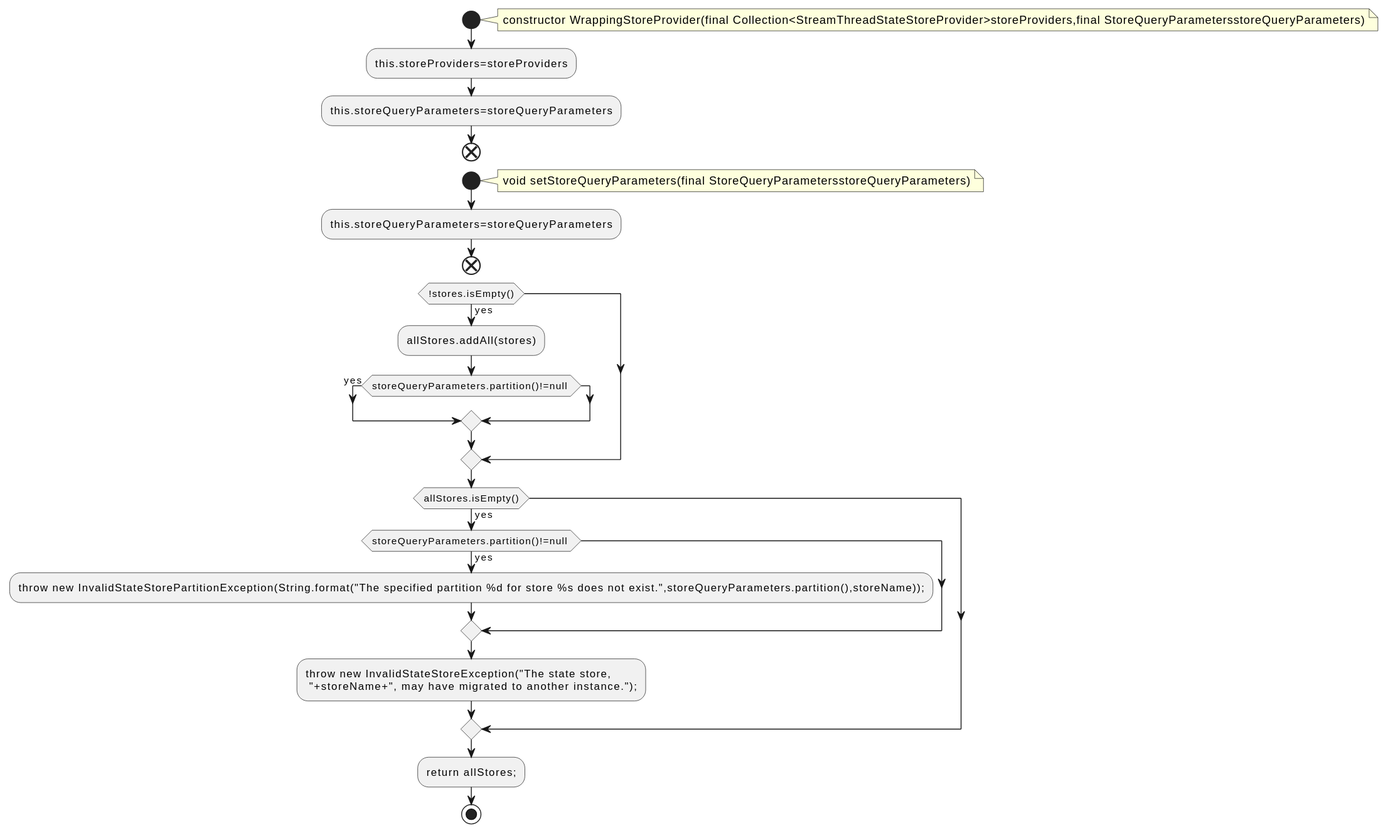
qualitesys/kafka keeps this PlantUML diagram as docs/qc/streams/src/main/java/org/apache/kafka/streams/state/internals/WrappingStoreProvider.java.fct.svg. Above is the earlier version.
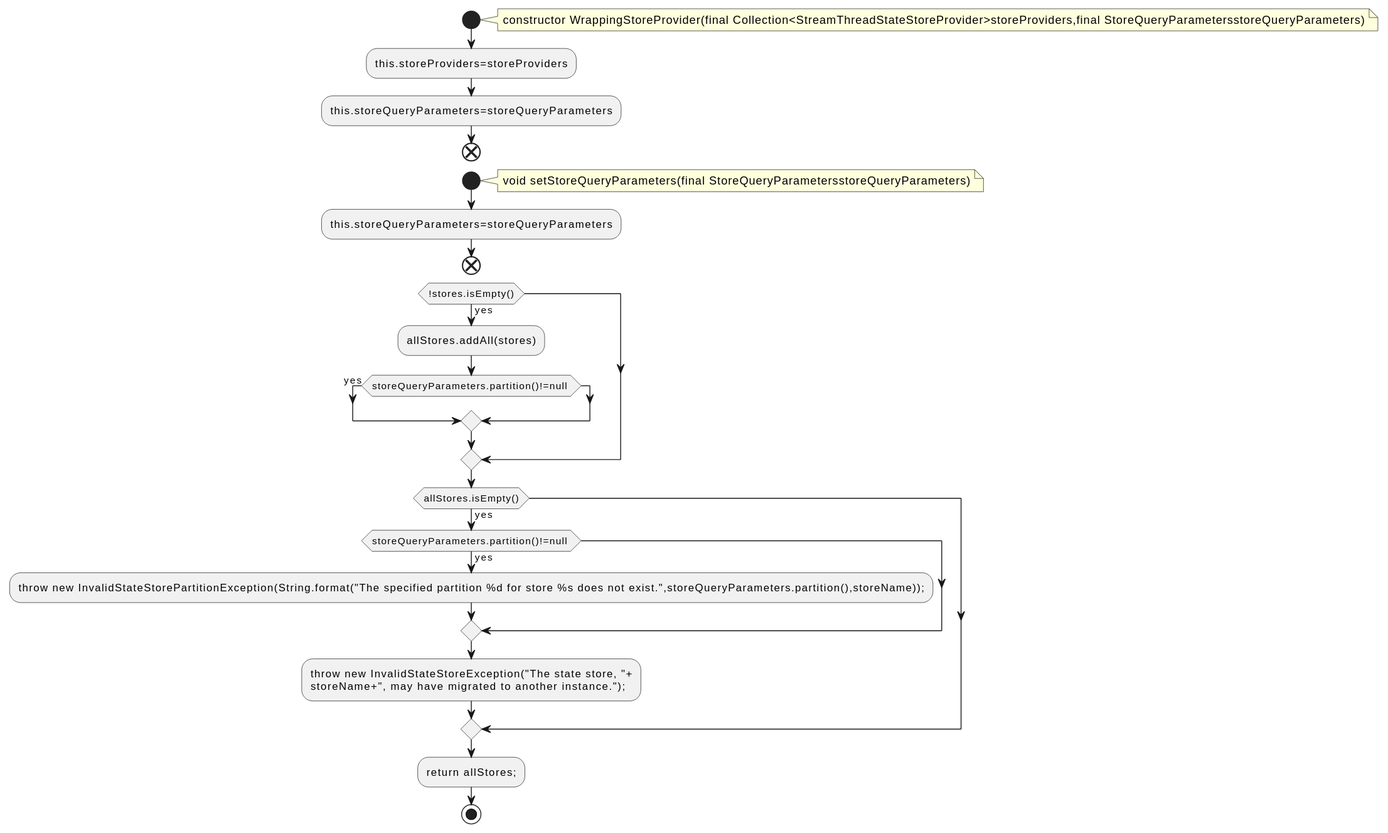
Later version of the same file.

The edit, as a diff of the source:
```diff
@@ -22,8 +22,8 @@
 if (storeQueryParameters.partition()!=null ) then (yes)
 :throw new InvalidStateStorePartitionException(String.format("The specified partition %d for store %s does not exist.",storeQueryParameters.partition(),storeName));;
 endif
-:throw new InvalidStateStoreException("The state store,
- "+storeName+", may have migrated to another instance.");;
+:throw new InvalidStateStoreException("The state store, "+
+storeName+", may have migrated to another instance.");;
 endif
 :return allStores;;
 stop
```
